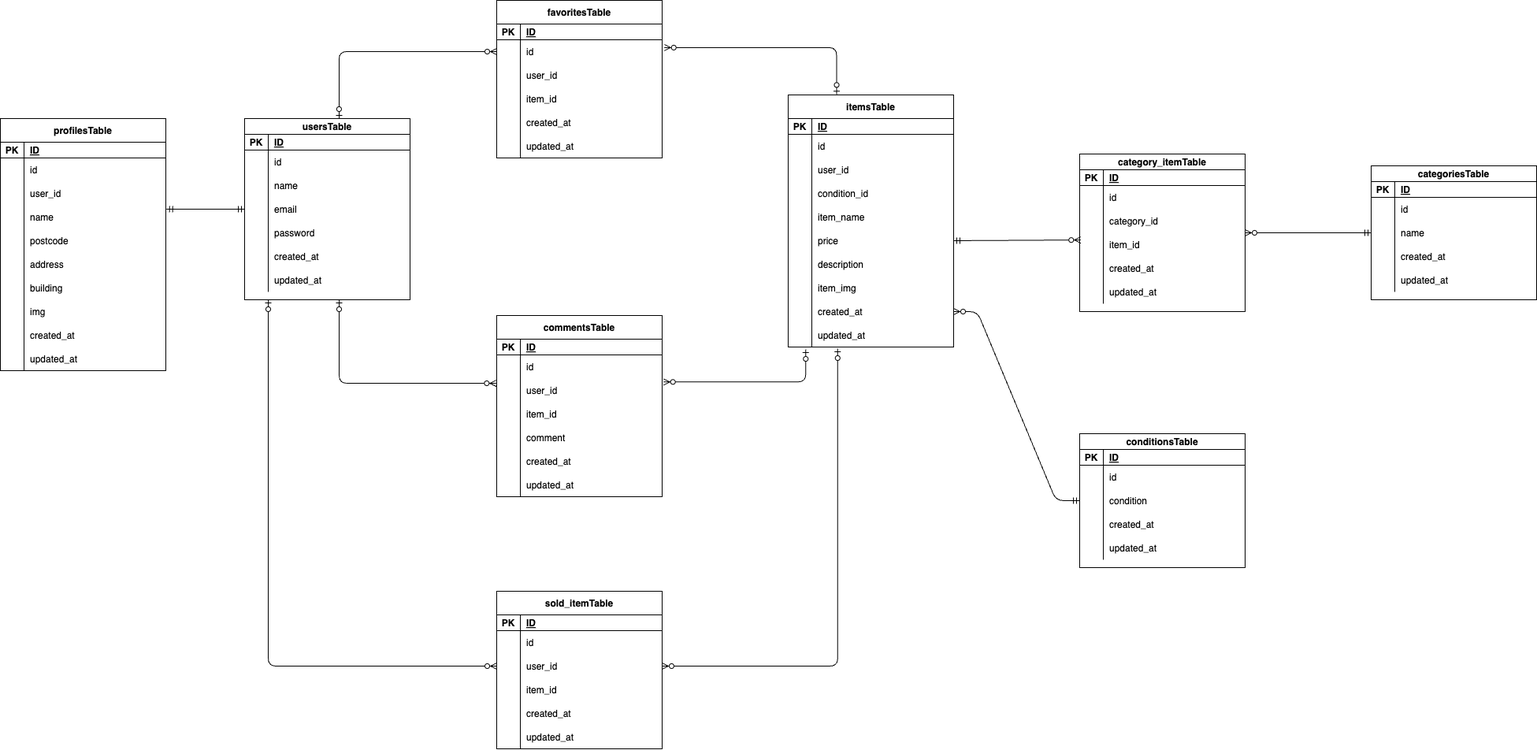
Earlier version of the draw.io export .drawio.png (uchi-a000/FurimaApp). Source tidied: cells renumbered, new cells last; positions are measured from the earlier drawing's top-left corner, leaving out a move shared by most shapes.
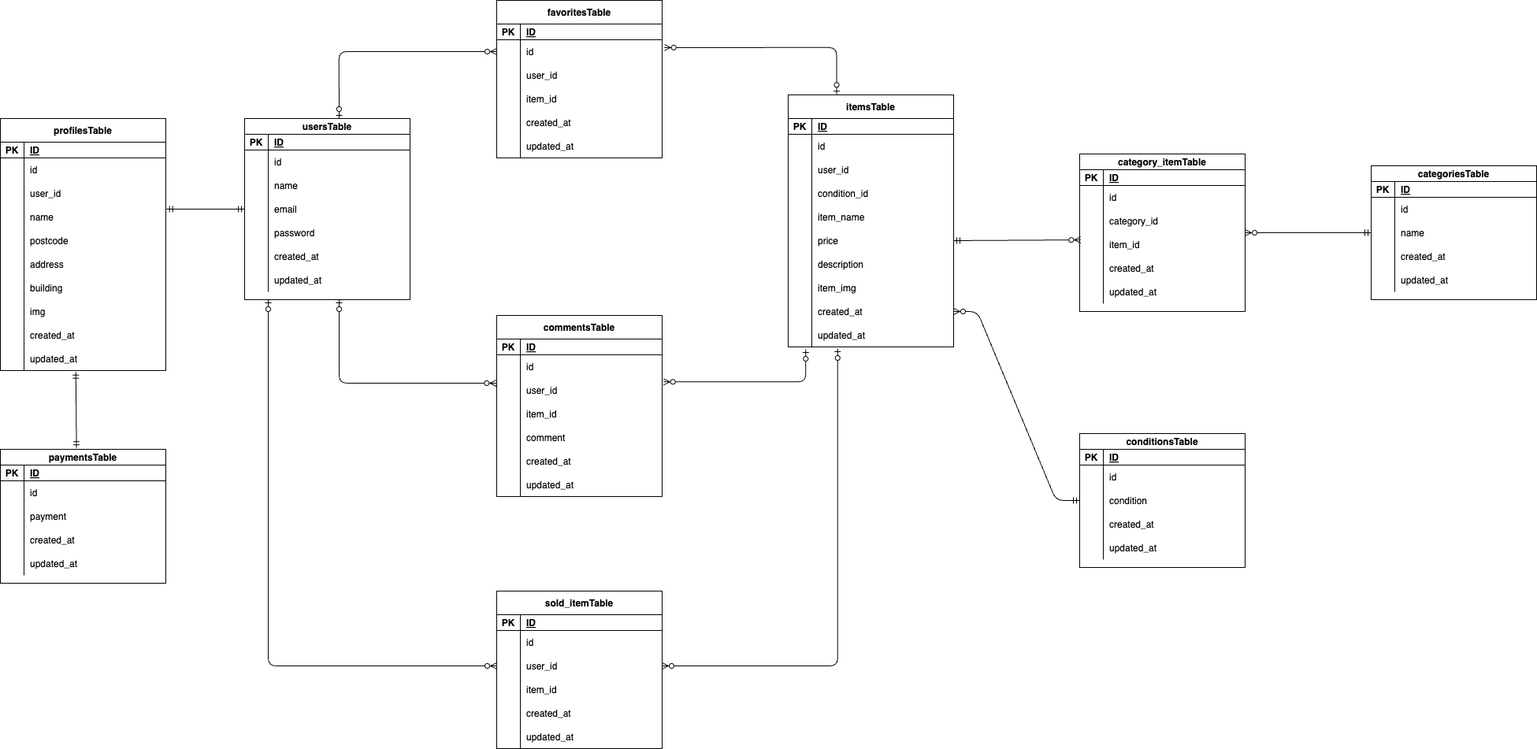
The same file after the commit.

Change to the diagram source:
```diff
@@ -634,5 +634,56 @@
     <mxCell id="206" style="fontSize=12;html=1;endArrow=ERzeroToMany;startArrow=ERmandOne;exitX=1;exitY=0.5;exitDx=0;exitDy=0;entryX=0.006;entryY=0.304;entryDx=0;entryDy=0;entryPerimeter=0;" parent="1" edge="1" source="122" target="81">
       <mxGeometry relative="1" as="geometry" />
     </mxCell>
+    <mxCell id="207" value="paymentsTable" style="shape=table;startSize=20;rowLines=0;fontStyle=1;align=center;" parent="1" vertex="1">
+      <mxGeometry y="570" width="210" height="170" as="geometry" />
+    </mxCell>
+    <mxCell id="208" style="shape=tableRow;horizontal=0;startSize=0;swimlaneHead=0;swimlaneBody=0;fillColor=none;top=0;left=0;right=0;bottom=1;" parent="207" vertex="1">
+      <mxGeometry y="20" width="210" height="20" as="geometry" />
+    </mxCell>
+    <mxCell id="209" value="PK" style="shape=partialRectangle;fillColor=none;top=0;left=0;bottom=0;right=0;fontStyle=1;overflow=hidden;" parent="208" vertex="1">
+      <mxGeometry width="30" height="20" as="geometry" />
+    </mxCell>
+    <mxCell id="210" value="ID" style="shape=partialRectangle;fillColor=none;top=0;left=0;bottom=0;right=0;align=left;spacingLeft=6;fontStyle=5;overflow=hidden;" parent="208" vertex="1">
+      <mxGeometry x="30" width="180" height="20" as="geometry" />
+    </mxCell>
+    <mxCell id="211" style="shape=tableRow;horizontal=0;startSize=0;swimlaneHead=0;swimlaneBody=0;fillColor=none;top=0;left=0;right=0;bottom=0;" parent="207" vertex="1">
+      <mxGeometry y="40" width="210" height="30" as="geometry" />
+    </mxCell>
+    <mxCell id="212" style="shape=partialRectangle;fillColor=none;top=0;left=0;bottom=0;right=0;overflow=hidden;" parent="211" vertex="1">
+      <mxGeometry width="30" height="30" as="geometry" />
+    </mxCell>
+    <mxCell id="213" value="id" style="shape=partialRectangle;fillColor=none;top=0;left=0;bottom=0;right=0;align=left;spacingLeft=6;overflow=hidden;" parent="211" vertex="1">
+      <mxGeometry x="30" width="180" height="30" as="geometry" />
+    </mxCell>
+    <mxCell id="214" style="shape=tableRow;horizontal=0;startSize=0;swimlaneHead=0;swimlaneBody=0;fillColor=none;top=0;left=0;right=0;bottom=0;" parent="207" vertex="1">
+      <mxGeometry y="70" width="210" height="30" as="geometry" />
+    </mxCell>
+    <mxCell id="215" style="shape=partialRectangle;fillColor=none;top=0;left=0;bottom=0;right=0;overflow=hidden;" parent="214" vertex="1">
+      <mxGeometry width="30" height="30" as="geometry" />
+    </mxCell>
+    <mxCell id="216" value="payment" style="shape=partialRectangle;fillColor=none;top=0;left=0;bottom=0;right=0;align=left;spacingLeft=6;overflow=hidden;" parent="214" vertex="1">
+      <mxGeometry x="30" width="180" height="30" as="geometry" />
+    </mxCell>
+    <mxCell id="217" style="shape=tableRow;horizontal=0;startSize=0;swimlaneHead=0;swimlaneBody=0;fillColor=none;top=0;left=0;right=0;bottom=0;" parent="207" vertex="1">
+      <mxGeometry y="100" width="210" height="30" as="geometry" />
+    </mxCell>
+    <mxCell id="218" style="shape=partialRectangle;fillColor=none;top=0;left=0;bottom=0;right=0;overflow=hidden;" parent="217" vertex="1">
+      <mxGeometry width="30" height="30" as="geometry" />
+    </mxCell>
+    <mxCell id="219" value="created_at" style="shape=partialRectangle;fillColor=none;top=0;left=0;bottom=0;right=0;align=left;spacingLeft=6;overflow=hidden;" parent="217" vertex="1">
+      <mxGeometry x="30" width="180" height="30" as="geometry" />
+    </mxCell>
+    <mxCell id="220" style="shape=tableRow;horizontal=0;startSize=0;swimlaneHead=0;swimlaneBody=0;fillColor=none;top=0;left=0;right=0;bottom=0;" parent="207" vertex="1">
+      <mxGeometry y="130" width="210" height="30" as="geometry" />
+    </mxCell>
+    <mxCell id="221" style="shape=partialRectangle;fillColor=none;top=0;left=0;bottom=0;right=0;overflow=hidden;" parent="220" vertex="1">
+      <mxGeometry width="30" height="30" as="geometry" />
+    </mxCell>
+    <mxCell id="222" value="updated_at" style="shape=partialRectangle;fillColor=none;top=0;left=0;bottom=0;right=0;align=left;spacingLeft=6;overflow=hidden;" parent="220" vertex="1">
+      <mxGeometry x="30" width="180" height="30" as="geometry" />
+    </mxCell>
+    <mxCell id="223" style="fontSize=12;html=1;endArrow=ERmandOne;startArrow=ERmandOne;exitX=0.46;exitY=-0.01;exitDx=0;exitDy=0;exitPerimeter=0;entryX=0.456;entryY=1.061;entryDx=0;entryDy=0;entryPerimeter=0;" parent="1" edge="1" source="207" target="52">
+      <mxGeometry relative="1" as="geometry" />
+    </mxCell>
   </root>
 </mxGraphModel>
```
